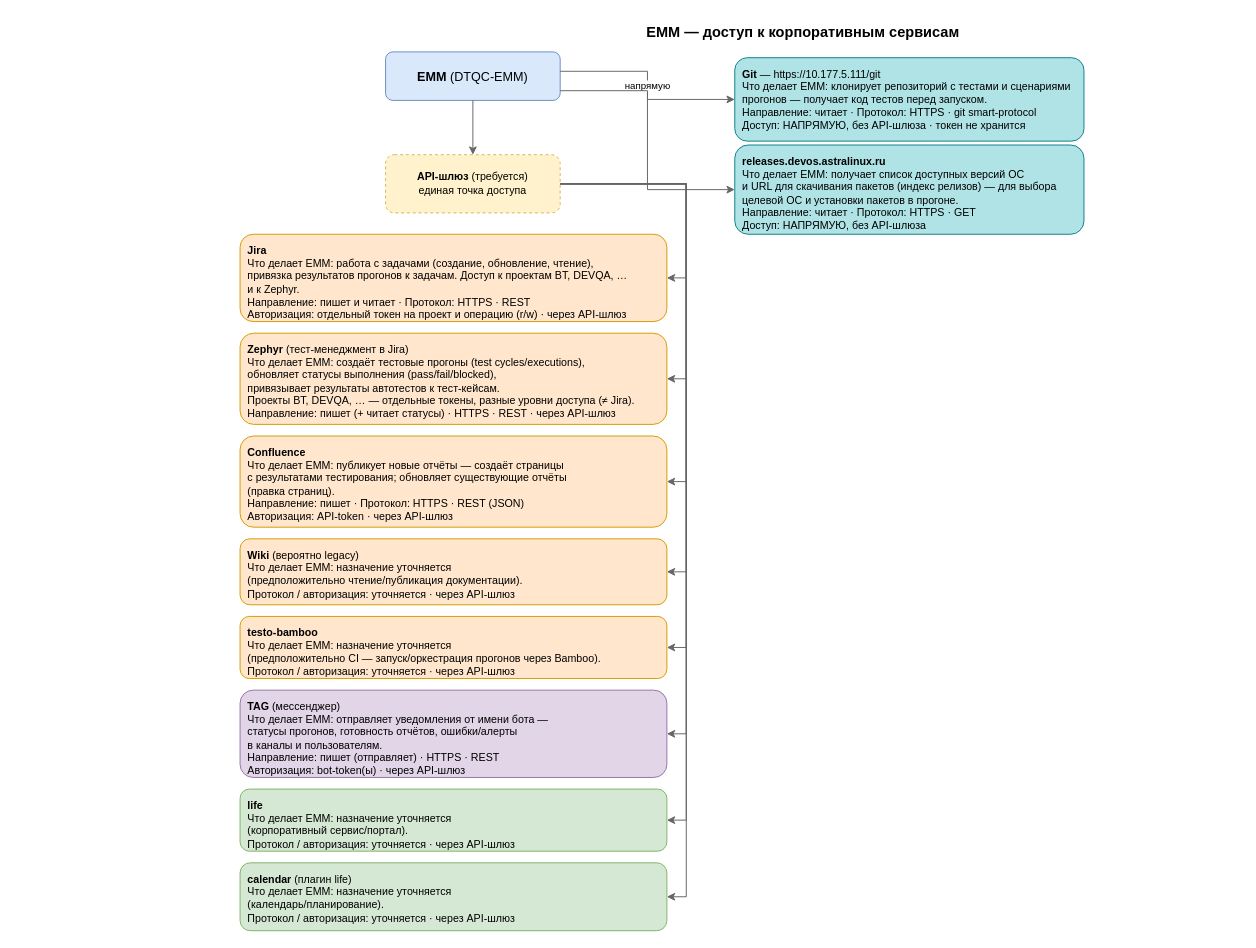
Above: dbos_server_service/diagrams/external-integrations.drawio in N2OCaKeS/stress_test (draw.io), before the change. Source tidied: cells renumbered, new cells numbered last; positions are measured from the earlier drawing's top-left corner, leaving out a move shared by most shapes. Both pictures are drawn from the tidied source at 97%, with x=0, y=0 at pixel (240, 16).
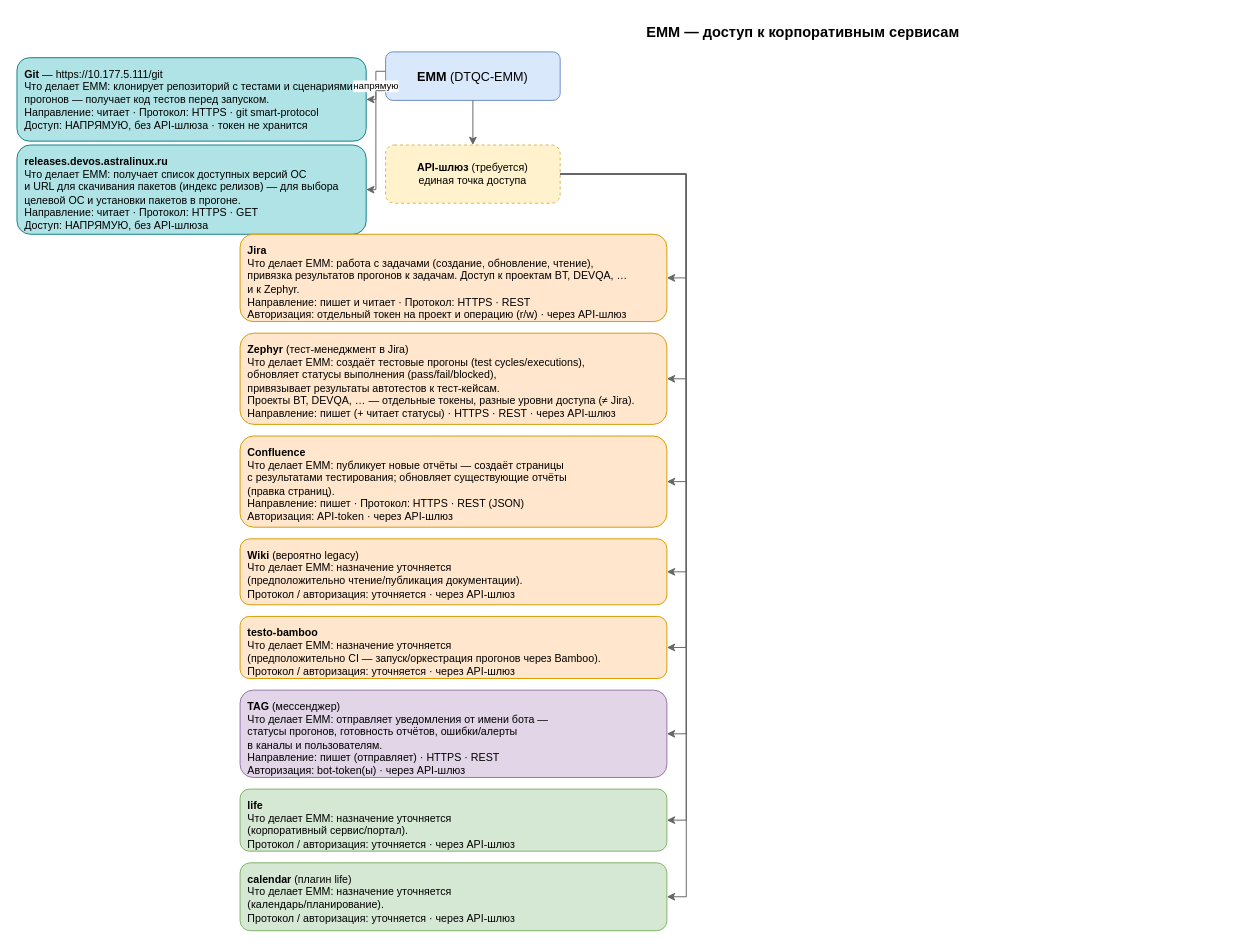
Above is the later version.

Commit message:
move direct-access services to the left side

The change refers to these unchanged cells:
```xml
<mxCell id="3" value="&lt;b&gt;EMM&lt;/b&gt; (DTQC-EMM)" style="rounded=1;whiteSpace=wrap;html=1;fillColor=#dae8fc;strokeColor=#6c8ebf;fontSize=13;" parent="1" vertex="1">
  <mxGeometry x="150" y="36" width="180" height="50" as="geometry" />
</mxCell>
```

Change to the diagram source:
```diff
@@
     <mxCell id="4" value="&lt;b&gt;API-шлюз&lt;/b&gt; (требуется)&lt;br&gt;единая точка доступа" style="rounded=1;whiteSpace=wrap;html=1;fillColor=#fff2cc;strokeColor=#d6b656;dashed=1;fontSize=11;" parent="1" vertex="1">
-      <mxGeometry x="150" y="142" width="180" height="60" as="geometry" />
+      <mxGeometry x="150" y="132" width="180" height="60" as="geometry" />
     </mxCell>
     <mxCell id="5" value="&lt;b&gt;Git&lt;/b&gt; — https://10.177.5.111/git&lt;br&gt;Что делает EMM: клонирует репозиторий с тестами и сценариями&lt;br&gt;прогонов — получает код тестов перед запуском.&lt;br&gt;Направление: читает · Протокол: HTTPS · git smart-protocol&lt;br&gt;Доступ: НАПРЯМУЮ, без API-шлюза · токен не хранится" style="rounded=1;whiteSpace=wrap;html=1;fillColor=#b0e3e6;strokeColor=#0e8088;align=left;verticalAlign=top;spacingLeft=6;spacingTop=4;fontSize=11;" parent="1" vertex="1">
-      <mxGeometry x="510" y="42" width="360" height="86" as="geometry" />
+      <mxGeometry x="-230" y="42" width="360" height="86" as="geometry" />
     </mxCell>
     <mxCell id="6" value="&lt;b&gt;releases.devos.astralinux.ru&lt;/b&gt;&lt;br&gt;Что делает EMM: получает список доступных версий ОС&lt;br&gt;и URL для скачивания пакетов (индекс релизов) — для выбора&lt;br&gt;целевой ОС и установки пакетов в прогоне.&lt;br&gt;Направление: читает · Протокол: HTTPS · GET&lt;br&gt;Доступ: НАПРЯМУЮ, без API-шлюза" style="rounded=1;whiteSpace=wrap;html=1;fillColor=#b0e3e6;strokeColor=#0e8088;align=left;verticalAlign=top;spacingLeft=6;spacingTop=4;fontSize=11;" parent="1" vertex="1">
-      <mxGeometry x="510" y="132" width="360" height="92" as="geometry" />
+      <mxGeometry x="-230" y="132" width="360" height="92" as="geometry" />
     </mxCell>
@@
+    <mxCell id="15" style="edgeStyle=orthogonalEdgeStyle;rounded=0;html=1;exitX=0.5;exitY=1;exitDx=0;exitDy=0;entryX=0.5;entryY=0;entryDx=0;entryDy=0;strokeColor=#666666;" parent="1" edge="1" source="3" target="4">
+      <mxGeometry relative="1" as="geometry" />
+    </mxCell>
@@
-    <mxCell id="15" style="edgeStyle=orthogonalEdgeStyle;rounded=0;html=1;exitX=0.5;exitY=1;exitDx=0;exitDy=0;entryX=0.5;entryY=0;entryDx=0;entryDy=0;strokeColor=#666666;" parent="1" edge="1" source="3" target="4">
-      <mxGeometry relative="1" as="geometry" />
-    </mxCell>
-    <mxCell id="16" value="напрямую" style="edgeStyle=orthogonalEdgeStyle;rounded=0;html=1;exitX=1;exitY=0.4;exitDx=0;exitDy=0;entryX=0;entryY=0.5;entryDx=0;entryDy=0;strokeColor=#666666;fontSize=10;" parent="1" edge="1" source="3" target="5">
+    <mxCell id="16" value="напрямую" style="edgeStyle=orthogonalEdgeStyle;rounded=0;html=1;exitX=0;exitY=0.4;exitDx=0;exitDy=0;entryX=1;entryY=0.5;entryDx=0;entryDy=0;strokeColor=#666666;fontSize=10;" parent="1" edge="1" source="3" target="5">
       <mxGeometry relative="1" as="geometry" />
     </mxCell>
-    <mxCell id="17" style="edgeStyle=orthogonalEdgeStyle;rounded=0;html=1;exitX=1;exitY=0.8;exitDx=0;exitDy=0;entryX=0;entryY=0.5;entryDx=0;entryDy=0;strokeColor=#666666;" parent="1" edge="1" source="3" target="6">
+    <mxCell id="17" style="edgeStyle=orthogonalEdgeStyle;rounded=0;html=1;exitX=0;exitY=0.8;exitDx=0;exitDy=0;entryX=1;entryY=0.5;entryDx=0;entryDy=0;strokeColor=#666666;" parent="1" edge="1" source="3" target="6">
       <mxGeometry relative="1" as="geometry" />
     </mxCell>
```
